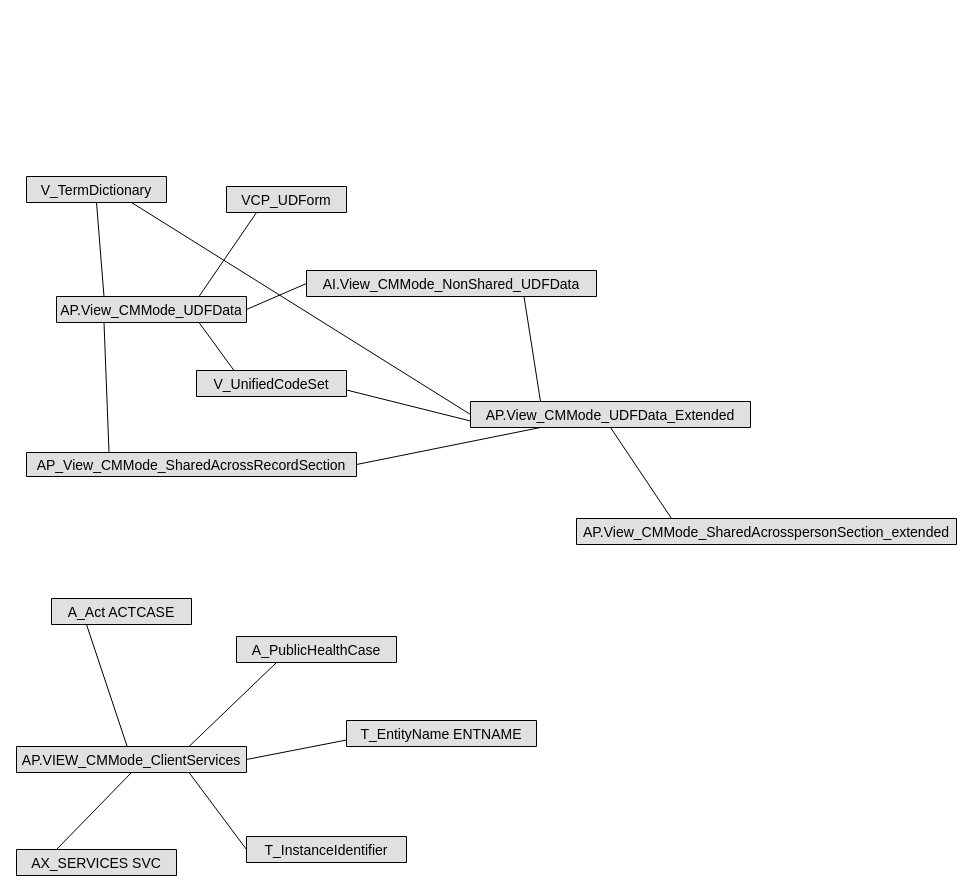
Before: HV_DB_ERD.drawio in thomasawolff/verification_text_data, a draw.io diagram. Source tidied: cells renumbered, new cells numbered last; positions are measured from the earlier drawing's top-left corner, leaving out a move shared by most shapes. Both pictures are drawn from the tidied source at 100%, with x=0, y=0 at pixel (16, 176).
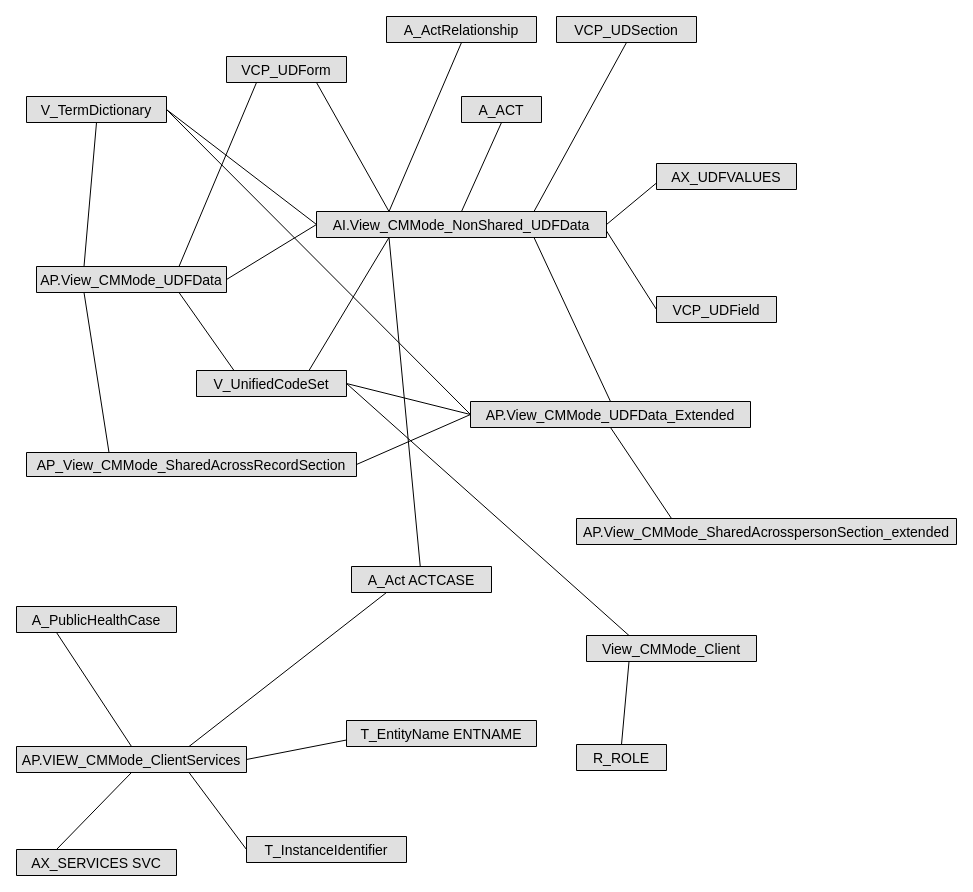
Above is the later version.

Unchanged cells that the change refers to:
```xml
<mxCell id="3" value="AP_View_CMMode_SharedAcrossRecordSection" style="swimlane;fontStyle=0;horizontal=1;startSize=26;fillColor=#e0e0e0;swimlaneFillColor=#ffffff;align=center;fontSize=14;" parent="1" vertex="1" collapsed="1">
  <mxGeometry x="10" y="276" width="330" height="24" as="geometry" />
</mxCell>
<mxCell id="7" value="V_UnifiedCodeSet" style="swimlane;fontStyle=0;horizontal=1;startSize=26;fillColor=#e0e0e0;swimlaneFillColor=#ffffff;align=center;fontSize=14;" parent="1" vertex="1" collapsed="1">
  <mxGeometry x="180" y="194" width="150" height="26" as="geometry" />
</mxCell>
<mxCell id="13" value="AP.View_CMMode_UDFData_Extended" style="swimlane;fontStyle=0;horizontal=1;startSize=26;fillColor=#e0e0e0;swimlaneFillColor=#ffffff;align=center;fontSize=14;" parent="1" vertex="1" collapsed="1">
  <mxGeometry x="454" y="225" width="280" height="26" as="geometry" />
</mxCell>
<mxCell id="20" value="AP.VIEW_CMMode_ClientServices" style="swimlane;fontStyle=0;horizontal=1;startSize=26;fillColor=#e0e0e0;swimlaneFillColor=#ffffff;align=center;fontSize=14;" parent="1" vertex="1" collapsed="1">
  <mxGeometry y="570" width="230" height="26" as="geometry" />
</mxCell>
```

Diff of the diagram source:
```diff
@@
     <mxCell id="2" value="AP.View_CMMode_UDFData" style="swimlane;fontStyle=0;horizontal=1;startSize=26;fillColor=#e0e0e0;swimlaneFillColor=#ffffff;align=center;fontSize=14;" parent="1" vertex="1" collapsed="1">
-      <mxGeometry x="40" y="120" width="190" height="26" as="geometry" />
+      <mxGeometry x="20" y="90" width="190" height="26" as="geometry" />
     </mxCell>
@@
     <mxCell id="5" value="VCP_UDForm" style="swimlane;fontStyle=0;horizontal=1;startSize=26;fillColor=#e0e0e0;swimlaneFillColor=#ffffff;align=center;fontSize=14;" parent="1" vertex="1" collapsed="1">
-      <mxGeometry x="210" y="10" width="120" height="26" as="geometry" />
+      <mxGeometry x="210" y="-120" width="120" height="26" as="geometry" />
     </mxCell>
     <mxCell id="6" value="V_TermDictionary" style="swimlane;fontStyle=0;horizontal=1;startSize=26;fillColor=#e0e0e0;swimlaneFillColor=#ffffff;align=center;fontSize=14;" parent="1" vertex="1" collapsed="1">
-      <mxGeometry x="10" width="140" height="26" as="geometry" />
+      <mxGeometry x="10" y="-80" width="140" height="26" as="geometry" />
     </mxCell>
@@
     <mxCell id="9" value="AI.View_CMMode_NonShared_UDFData" style="swimlane;fontStyle=0;horizontal=1;startSize=26;fillColor=#e0e0e0;swimlaneFillColor=#ffffff;align=center;fontSize=14;" parent="1" vertex="1" collapsed="1">
-      <mxGeometry x="290" y="94" width="290" height="26" as="geometry" />
+      <mxGeometry x="300" y="35" width="290" height="26" as="geometry" />
     </mxCell>
@@
-    <mxCell id="14" style="endArrow=none;html=1;exitX=0.75;exitY=1;exitDx=0;exitDy=0;entryX=0.25;entryY=0;entryDx=0;entryDy=0;" parent="1" edge="1" source="9" target="13">
+    <mxCell id="14" style="endArrow=none;html=1;exitX=0.75;exitY=1;exitDx=0;exitDy=0;entryX=0.5;entryY=0;entryDx=0;entryDy=0;" parent="1" edge="1" source="9" target="13">
       <mxGeometry relative="1" as="geometry" />
     </mxCell>
-    <mxCell id="15" style="endArrow=none;html=1;exitX=1;exitY=0.5;exitDx=0;exitDy=0;entryX=0.25;entryY=1;entryDx=0;entryDy=0;" parent="1" edge="1" source="3" target="13">
+    <mxCell id="15" style="endArrow=none;html=1;exitX=1;exitY=0.5;exitDx=0;exitDy=0;entryX=0;entryY=0.5;entryDx=0;entryDy=0;" parent="1" edge="1" source="3" target="13">
       <mxGeometry relative="1" as="geometry" />
     </mxCell>
-    <mxCell id="16" style="endArrow=none;html=1;exitX=1;exitY=0.75;exitDx=0;exitDy=0;entryX=0;entryY=0.75;entryDx=0;entryDy=0;" parent="1" edge="1" source="7" target="13">
-      <mxGeometry relative="1" as="geometry" />
+    <mxCell id="16" style="endArrow=none;html=1;exitX=1;exitY=0.5;exitDx=0;exitDy=0;" parent="1" edge="1" source="7">
+      <mxGeometry relative="1" as="geometry">
+        <mxPoint x="454" y="238" as="targetPoint" />
+      </mxGeometry>
     </mxCell>
-    <mxCell id="17" style="endArrow=none;html=1;exitX=0.75;exitY=1;exitDx=0;exitDy=0;entryX=0;entryY=0.5;entryDx=0;entryDy=0;" parent="1" edge="1" source="6" target="13">
+    <mxCell id="17" style="endArrow=none;html=1;exitX=1;exitY=0.5;exitDx=0;exitDy=0;entryX=0;entryY=0.5;entryDx=0;entryDy=0;" parent="1" edge="1" source="6" target="13">
       <mxGeometry relative="1" as="geometry" />
     </mxCell>
@@
     <mxCell id="21" value="A_Act ACTCASE" style="swimlane;fontStyle=0;horizontal=1;startSize=26;fillColor=#e0e0e0;swimlaneFillColor=#ffffff;align=center;fontSize=14;" parent="1" vertex="1" collapsed="1">
-      <mxGeometry x="35" y="422" width="140" height="26" as="geometry" />
+      <mxGeometry x="335" y="390" width="140" height="26" as="geometry" />
     </mxCell>
-    <mxCell id="22" style="endArrow=none;html=1;entryX=0.25;entryY=1;entryDx=0;entryDy=0;" parent="1" edge="1" source="20" target="21">
+    <mxCell id="22" style="endArrow=none;html=1;entryX=0.25;entryY=1;entryDx=0;entryDy=0;exitX=0.75;exitY=0;exitDx=0;exitDy=0;" parent="1" edge="1" source="20" target="21">
       <mxGeometry relative="1" as="geometry" />
     </mxCell>
@@
     <mxCell id="25" value="A_PublicHealthCase" style="swimlane;fontStyle=0;horizontal=1;startSize=26;fillColor=#e0e0e0;swimlaneFillColor=#ffffff;align=center;fontSize=14;" parent="1" vertex="1" collapsed="1">
-      <mxGeometry x="220" y="460" width="160" height="26" as="geometry" />
+      <mxGeometry y="430" width="160" height="26" as="geometry" />
     </mxCell>
-    <mxCell id="26" style="endArrow=none;html=1;entryX=0.25;entryY=1;entryDx=0;entryDy=0;exitX=0.75;exitY=0;exitDx=0;exitDy=0;" parent="1" edge="1" source="20" target="25">
+    <mxCell id="26" style="endArrow=none;html=1;entryX=0.25;entryY=1;entryDx=0;entryDy=0;exitX=0.5;exitY=0;exitDx=0;exitDy=0;" parent="1" edge="1" source="20" target="25">
       <mxGeometry relative="1" as="geometry" />
     </mxCell>
@@
+    <mxCell id="31" value="A_ActRelationship" style="swimlane;fontStyle=0;horizontal=1;startSize=26;fillColor=#e0e0e0;swimlaneFillColor=#ffffff;align=center;fontSize=14;" parent="1" vertex="1" collapsed="1">
+      <mxGeometry x="370" y="-160" width="150" height="26" as="geometry" />
+    </mxCell>
+    <mxCell id="32" style="endArrow=none;html=1;entryX=0.5;entryY=1;entryDx=0;entryDy=0;exitX=0.25;exitY=0;exitDx=0;exitDy=0;" parent="1" edge="1" source="9" target="31">
+      <mxGeometry relative="1" as="geometry" />
+    </mxCell>
+    <mxCell id="33" style="endArrow=none;html=1;entryX=0.25;entryY=1;entryDx=0;entryDy=0;" parent="1" edge="1" source="21" target="9">
+      <mxGeometry relative="1" as="geometry" />
+    </mxCell>
+    <mxCell id="34" value="A_ACT" style="swimlane;fontStyle=0;horizontal=1;startSize=26;fillColor=#e0e0e0;swimlaneFillColor=#ffffff;align=center;fontSize=14;" parent="1" vertex="1" collapsed="1">
+      <mxGeometry x="445" y="-80" width="80" height="26" as="geometry" />
+    </mxCell>
+    <mxCell id="35" style="endArrow=none;html=1;exitX=0.5;exitY=0;exitDx=0;exitDy=0;entryX=0.5;entryY=1;entryDx=0;entryDy=0;" parent="1" edge="1" source="9" target="34">
+      <mxGeometry relative="1" as="geometry" />
+    </mxCell>
+    <mxCell id="36" value="AX_UDFVALUES" style="swimlane;fontStyle=0;horizontal=1;startSize=26;fillColor=#e0e0e0;swimlaneFillColor=#ffffff;align=center;fontSize=14;" parent="1" vertex="1" collapsed="1">
+      <mxGeometry x="640" y="-13" width="140" height="26" as="geometry" />
+    </mxCell>
+    <mxCell id="37" style="endArrow=none;html=1;entryX=0;entryY=0.75;entryDx=0;entryDy=0;exitX=1;exitY=0.5;exitDx=0;exitDy=0;" parent="1" edge="1" source="9" target="36">
+      <mxGeometry relative="1" as="geometry" />
+    </mxCell>
+    <mxCell id="38" style="endArrow=none;html=1;exitX=0.75;exitY=0;exitDx=0;exitDy=0;entryX=0.25;entryY=1;entryDx=0;entryDy=0;" parent="1" edge="1" source="7" target="9">
+      <mxGeometry relative="1" as="geometry" />
+    </mxCell>
+    <mxCell id="39" style="endArrow=none;html=1;exitX=0.25;exitY=0;exitDx=0;exitDy=0;entryX=0.75;entryY=1;entryDx=0;entryDy=0;" parent="1" edge="1" source="9" target="5">
+      <mxGeometry relative="1" as="geometry" />
+    </mxCell>
+    <mxCell id="40" value="VCP_UDField" style="swimlane;fontStyle=0;horizontal=1;startSize=26;fillColor=#e0e0e0;swimlaneFillColor=#ffffff;align=center;fontSize=14;" parent="1" vertex="1" collapsed="1">
+      <mxGeometry x="640" y="120" width="120" height="26" as="geometry" />
+    </mxCell>
+    <mxCell id="41" style="endArrow=none;html=1;exitX=1;exitY=0.75;exitDx=0;exitDy=0;entryX=0;entryY=0.5;entryDx=0;entryDy=0;" parent="1" edge="1" source="9" target="40">
+      <mxGeometry relative="1" as="geometry" />
+    </mxCell>
+    <mxCell id="42" value="VCP_UDSection" style="swimlane;fontStyle=0;horizontal=1;startSize=26;fillColor=#e0e0e0;swimlaneFillColor=#ffffff;align=center;fontSize=14;" parent="1" vertex="1" collapsed="1">
+      <mxGeometry x="540" y="-160" width="140" height="26" as="geometry" />
+    </mxCell>
+    <mxCell id="43" style="endArrow=none;html=1;exitX=0.75;exitY=0;exitDx=0;exitDy=0;entryX=0.5;entryY=1;entryDx=0;entryDy=0;" parent="1" edge="1" source="9" target="42">
+      <mxGeometry relative="1" as="geometry" />
+    </mxCell>
+    <mxCell id="44" style="endArrow=none;html=1;exitX=1;exitY=0.5;exitDx=0;exitDy=0;entryX=0;entryY=0.5;entryDx=0;entryDy=0;" parent="1" edge="1" source="6" target="9">
+      <mxGeometry relative="1" as="geometry" />
+    </mxCell>
+    <mxCell id="45" value="View_CMMode_Client" style="swimlane;fontStyle=0;horizontal=1;startSize=26;fillColor=#e0e0e0;swimlaneFillColor=#ffffff;align=center;fontSize=14;" parent="1" vertex="1" collapsed="1">
+      <mxGeometry x="570" y="459" width="170" height="26" as="geometry" />
+    </mxCell>
+    <mxCell id="46" style="endArrow=none;html=1;exitX=1;exitY=0.5;exitDx=0;exitDy=0;entryX=0.25;entryY=0;entryDx=0;entryDy=0;" parent="1" edge="1" source="7" target="45">
+      <mxGeometry relative="1" as="geometry" />
+    </mxCell>
+    <mxCell id="47" value="R_ROLE" style="swimlane;fontStyle=0;horizontal=1;startSize=26;fillColor=#e0e0e0;swimlaneFillColor=#ffffff;align=center;fontSize=14;" parent="1" vertex="1" collapsed="1">
+      <mxGeometry x="560" y="568" width="90" height="26" as="geometry" />
+    </mxCell>
+    <mxCell id="48" style="endArrow=none;html=1;exitX=0.5;exitY=0;exitDx=0;exitDy=0;entryX=0.25;entryY=1;entryDx=0;entryDy=0;" parent="1" edge="1" source="47" target="45">
+      <mxGeometry relative="1" as="geometry" />
+    </mxCell>
```
